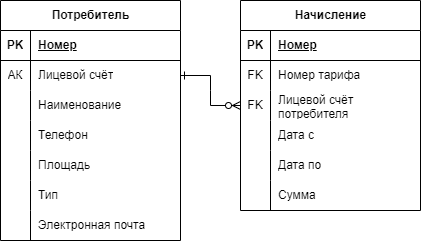
Above: PBD/Z3/Diagrams/П_Н.png in Mutabona/4Semestr (draw.io), before the change. Source tidied: cells renumbered, new cells last; positions are measured from the earlier drawing's top-left corner, leaving out a move shared by most shapes.
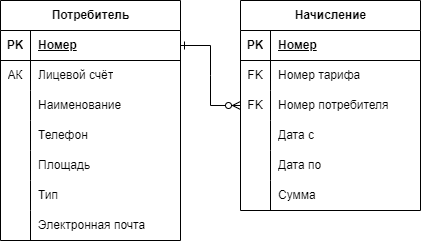
Above is the later version.

The edit, as a diff of the source:
```diff
@@ -95,7 +95,7 @@
     <mxCell id="32" value="FK" style="shape=partialRectangle;fillColor=none;top=0;left=0;bottom=0;right=0;overflow=hidden;whiteSpace=wrap;html=1;" parent="31" vertex="1">
       <mxGeometry width="30" height="30" as="geometry" />
     </mxCell>
-    <mxCell id="33" value="Лицевой счёт потребителя" style="shape=partialRectangle;fillColor=none;top=0;left=0;bottom=0;right=0;align=left;spacingLeft=6;overflow=hidden;whiteSpace=wrap;html=1;" parent="31" vertex="1">
+    <mxCell id="33" value="Номер потребителя" style="shape=partialRectangle;fillColor=none;top=0;left=0;bottom=0;right=0;align=left;spacingLeft=6;overflow=hidden;whiteSpace=wrap;html=1;" parent="31" vertex="1">
       <mxGeometry x="30" width="150" height="30" as="geometry" />
     </mxCell>
     <mxCell id="34" style="shape=tableRow;horizontal=0;startSize=0;swimlaneHead=0;swimlaneBody=0;fillColor=none;top=0;left=0;right=0;bottom=0;" parent="24" vertex="1">
@@ -125,7 +125,7 @@
     <mxCell id="42" value="Сумма" style="shape=partialRectangle;fillColor=none;top=0;left=0;bottom=0;right=0;align=left;spacingLeft=6;overflow=hidden;whiteSpace=wrap;html=1;" parent="40" vertex="1">
       <mxGeometry x="30" width="150" height="30" as="geometry" />
     </mxCell>
-    <mxCell id="43" style="edgeStyle=entityRelationEdgeStyle;fontSize=12;html=1;endArrow=ERzeroToMany;endFill=1;rounded=0;exitX=1;exitY=0.5;exitDx=0;exitDy=0;startArrow=ERone;startFill=0;entryX=0;entryY=0.5;entryDx=0;entryDy=0;" parent="1" edge="1" source="6" target="31">
+    <mxCell id="43" style="edgeStyle=entityRelationEdgeStyle;fontSize=12;html=1;endArrow=ERzeroToMany;endFill=1;rounded=0;exitX=1;exitY=0.5;exitDx=0;exitDy=0;startArrow=ERone;startFill=0;entryX=0;entryY=0.5;entryDx=0;entryDy=0;" parent="1" edge="1" source="3" target="31">
       <mxGeometry relative="1" as="geometry" />
     </mxCell>
   </root>
```
